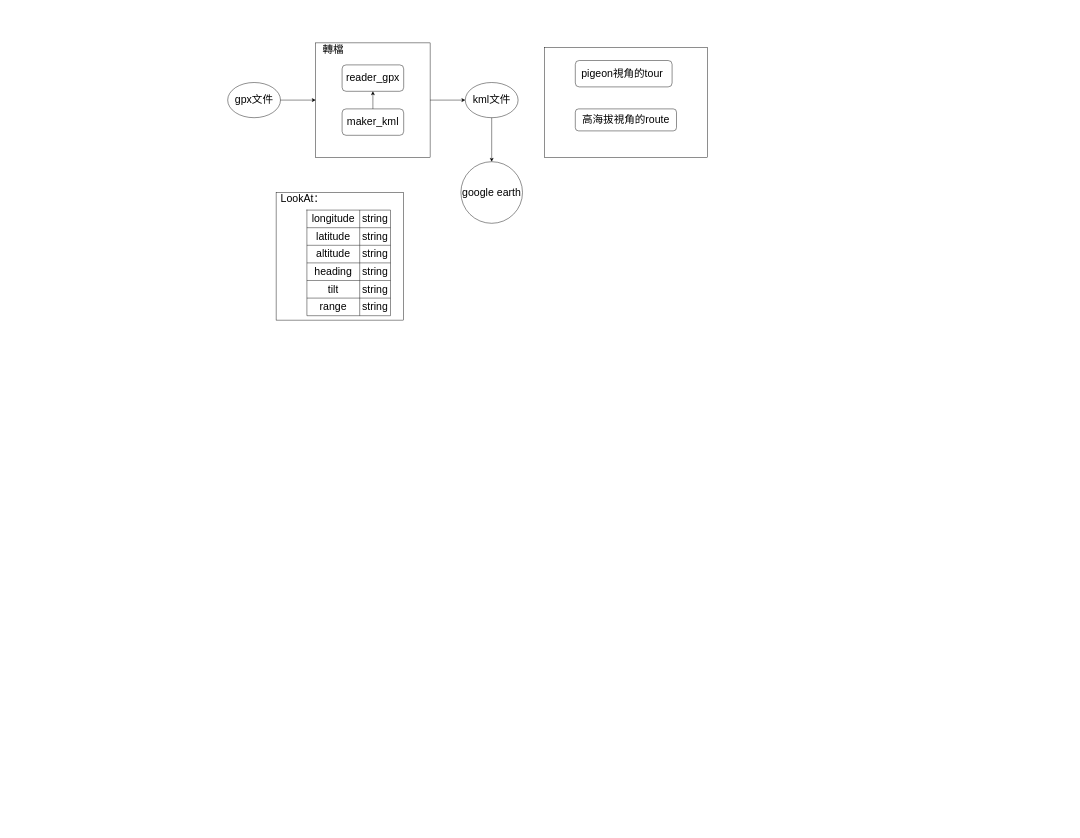
Earlier version of the draw.io diagram 3d展示.drawio (pengzhen80/PigeonRace). Source tidied: cells renumbered, new cells numbered last; positions are measured from the earlier drawing's top-left corner, leaving out a move shared by most shapes. Both pictures are drawn from the tidied source at 44%, with x=0, y=0 at pixel (227, 43).
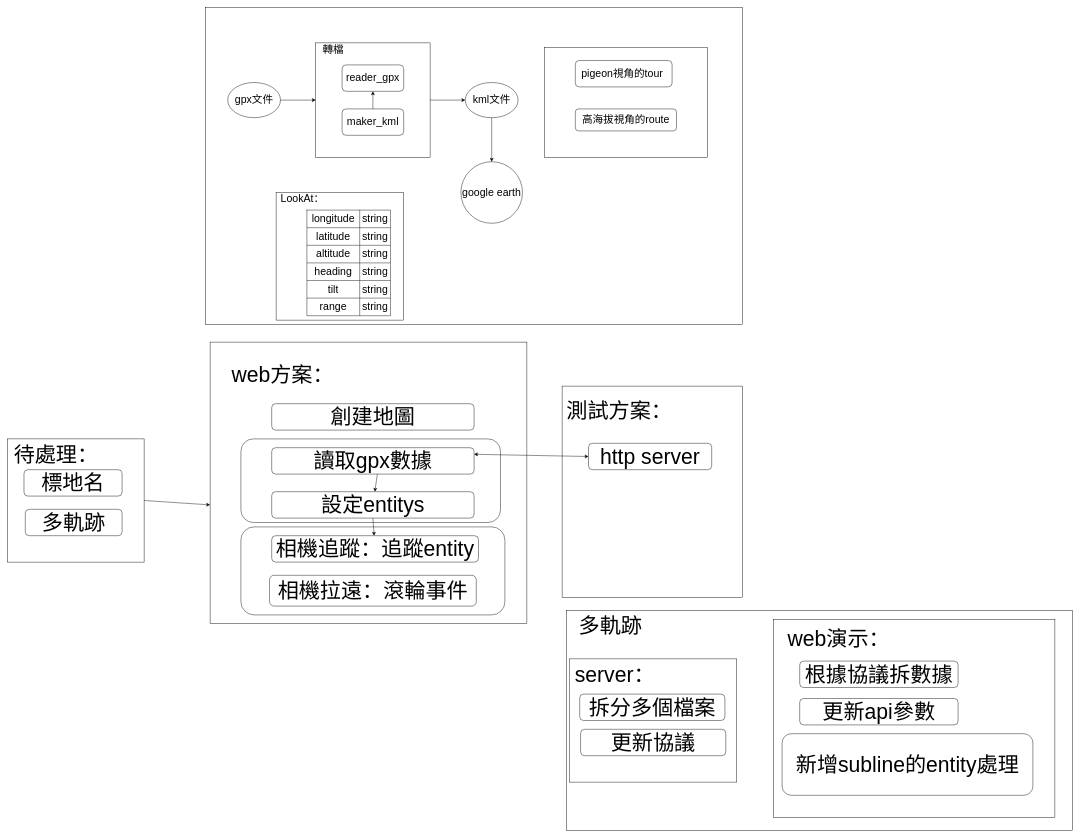
After the change.

What changed in the source:
```diff
@@
+    <mxCell id="37" style="rounded=0;whiteSpace=wrap;html=1;fontSize=48;" parent="1" vertex="1">
+      <mxGeometry x="770" y="1290" width="1150" height="500" as="geometry" />
+    </mxCell>
+    <mxCell id="38" style="rounded=0;whiteSpace=wrap;html=1;fontSize=48;" parent="1" vertex="1">
+      <mxGeometry x="777" y="1400" width="380" height="280" as="geometry" />
+    </mxCell>
+    <mxCell id="39" style="rounded=0;whiteSpace=wrap;html=1;fontSize=48;" parent="1" vertex="1">
+      <mxGeometry x="-500" y="900" width="310" height="280" as="geometry" />
+    </mxCell>
+    <mxCell id="40" style="rounded=0;whiteSpace=wrap;html=1;" parent="1" vertex="1">
+      <mxGeometry x="-40" y="680" width="720" height="640" as="geometry" />
+    </mxCell>
+    <mxCell id="41" style="rounded=1;whiteSpace=wrap;html=1;fontSize=48;" parent="1" vertex="1">
+      <mxGeometry x="30" y="900" width="590" height="190" as="geometry" />
+    </mxCell>
+    <mxCell id="42" style="rounded=1;whiteSpace=wrap;html=1;fontSize=48;" parent="1" vertex="1">
+      <mxGeometry x="30" y="1100" width="600" height="200" as="geometry" />
+    </mxCell>
+    <mxCell id="43" style="rounded=0;whiteSpace=wrap;html=1;" parent="1" vertex="1">
+      <mxGeometry x="-50" y="-80" width="1220" height="720" as="geometry" />
+    </mxCell>
@@
+    <mxCell id="44" value="&lt;font style=&quot;font-size: 48px&quot;&gt;web方案：&lt;br&gt;&lt;/font&gt;" style="text;html=1;strokeColor=none;fillColor=none;align=center;verticalAlign=middle;whiteSpace=wrap;rounded=0;" parent="1" vertex="1">
+      <mxGeometry y="740" width="250" height="30" as="geometry" />
+    </mxCell>
+    <mxCell id="45" value="創建地圖" style="rounded=1;whiteSpace=wrap;html=1;fontSize=48;" parent="1" vertex="1">
+      <mxGeometry x="100" y="820" width="460" height="60" as="geometry" />
+    </mxCell>
+    <mxCell id="46" value="讀取gpx數據" style="rounded=1;whiteSpace=wrap;html=1;fontSize=48;" parent="1" vertex="1">
+      <mxGeometry x="100" y="920" width="460" height="60" as="geometry" />
+    </mxCell>
+    <mxCell id="47" value="設定entitys" style="rounded=1;whiteSpace=wrap;html=1;fontSize=48;" parent="1" vertex="1">
+      <mxGeometry x="100" y="1020" width="460" height="60" as="geometry" />
+    </mxCell>
+    <mxCell id="48" value="相機拉遠：滾輪事件" style="rounded=1;whiteSpace=wrap;html=1;fontSize=48;" parent="1" vertex="1">
+      <mxGeometry x="95" y="1210" width="470" height="70" as="geometry" />
+    </mxCell>
+    <mxCell id="49" value="相機追蹤：追蹤entity" style="rounded=1;whiteSpace=wrap;html=1;fontSize=48;" parent="1" vertex="1">
+      <mxGeometry x="100" y="1120" width="470" height="60" as="geometry" />
+    </mxCell>
+    <mxCell id="50" style="endArrow=classic;html=1;rounded=0;fontSize=48;exitX=0.522;exitY=1;exitDx=0;exitDy=0;exitPerimeter=0;" parent="1" edge="1" source="46" target="47">
+      <mxGeometry relative="1" as="geometry" />
+    </mxCell>
+    <mxCell id="51" style="endArrow=classic;html=1;rounded=0;fontSize=48;exitX=0.5;exitY=1;exitDx=0;exitDy=0;" parent="1" edge="1" source="47" target="49">
+      <mxGeometry relative="1" as="geometry" />
+    </mxCell>
+    <mxCell id="52" style="rounded=0;whiteSpace=wrap;html=1;fontSize=48;" parent="1" vertex="1">
+      <mxGeometry x="760" y="780" width="410" height="480" as="geometry" />
+    </mxCell>
+    <mxCell id="53" value="測試方案：" style="text;html=1;strokeColor=none;fillColor=none;align=center;verticalAlign=middle;whiteSpace=wrap;rounded=0;fontSize=48;" parent="1" vertex="1">
+      <mxGeometry x="760" y="820" width="260" height="30" as="geometry" />
+    </mxCell>
+    <mxCell id="54" value="http server" style="rounded=1;whiteSpace=wrap;html=1;fontSize=48;" parent="1" vertex="1">
+      <mxGeometry x="820" y="910" width="280" height="60" as="geometry" />
+    </mxCell>
+    <mxCell id="55" style="endArrow=classic;startArrow=classic;html=1;rounded=0;fontSize=48;exitX=1;exitY=0.25;exitDx=0;exitDy=0;entryX=0;entryY=0.5;entryDx=0;entryDy=0;" parent="1" edge="1" source="46" target="54">
+      <mxGeometry relative="1" as="geometry" />
+    </mxCell>
+    <mxCell id="56" value="標地名" style="rounded=1;whiteSpace=wrap;html=1;fontSize=48;" parent="1" vertex="1">
+      <mxGeometry x="-463" y="970" width="223" height="60" as="geometry" />
+    </mxCell>
+    <mxCell id="57" value="待處理：" style="text;html=1;strokeColor=none;fillColor=none;align=center;verticalAlign=middle;whiteSpace=wrap;rounded=0;fontSize=48;" parent="1" vertex="1">
+      <mxGeometry x="-500" y="920" width="220" height="30" as="geometry" />
+    </mxCell>
+    <mxCell id="58" value="多軌跡" style="rounded=1;whiteSpace=wrap;html=1;fontSize=48;" parent="1" vertex="1">
+      <mxGeometry x="-460" y="1060" width="220" height="60" as="geometry" />
+    </mxCell>
+    <mxCell id="59" style="endArrow=classic;html=1;rounded=0;fontSize=48;exitX=1;exitY=0.5;exitDx=0;exitDy=0;" parent="1" edge="1" source="39">
+      <mxGeometry relative="1" as="geometry">
+        <mxPoint x="-40" y="1050" as="targetPoint" />
+      </mxGeometry>
+    </mxCell>
+    <mxCell id="60" value="多軌跡" style="text;html=1;strokeColor=none;fillColor=none;align=center;verticalAlign=middle;whiteSpace=wrap;rounded=0;fontSize=48;" parent="1" vertex="1">
+      <mxGeometry x="770" y="1310" width="200" height="30" as="geometry" />
+    </mxCell>
+    <mxCell id="61" value="拆分多個檔案" style="rounded=1;whiteSpace=wrap;html=1;fontSize=48;" parent="1" vertex="1">
+      <mxGeometry x="800" y="1480" width="330" height="60" as="geometry" />
+    </mxCell>
+    <mxCell id="62" value="更新協議" style="rounded=1;whiteSpace=wrap;html=1;fontSize=48;" parent="1" vertex="1">
+      <mxGeometry x="802" y="1560" width="330" height="60" as="geometry" />
+    </mxCell>
+    <mxCell id="63" value="server：" style="text;html=1;strokeColor=none;fillColor=none;align=center;verticalAlign=middle;whiteSpace=wrap;rounded=0;fontSize=48;" parent="1" vertex="1">
+      <mxGeometry x="850" y="1420" width="60" height="30" as="geometry" />
+    </mxCell>
+    <mxCell id="64" style="rounded=0;whiteSpace=wrap;html=1;fontSize=48;" parent="1" vertex="1">
+      <mxGeometry x="1240" y="1310" width="640" height="450" as="geometry" />
+    </mxCell>
+    <mxCell id="65" value="web演示：" style="text;html=1;strokeColor=none;fillColor=none;align=center;verticalAlign=middle;whiteSpace=wrap;rounded=0;fontSize=48;" parent="1" vertex="1">
+      <mxGeometry x="1260" y="1340" width="258" height="30" as="geometry" />
+    </mxCell>
+    <mxCell id="66" value="根據協議拆數據" style="rounded=1;whiteSpace=wrap;html=1;fontSize=48;" parent="1" vertex="1">
+      <mxGeometry x="1300" y="1405" width="360" height="60" as="geometry" />
+    </mxCell>
+    <mxCell id="67" value="更新api參數" style="rounded=1;whiteSpace=wrap;html=1;fontSize=48;" parent="1" vertex="1">
+      <mxGeometry x="1300" y="1490" width="360" height="60" as="geometry" />
+    </mxCell>
+    <mxCell id="68" value="新增subline的entity處理" style="rounded=1;whiteSpace=wrap;html=1;fontSize=48;" parent="1" vertex="1">
+      <mxGeometry x="1260" y="1570" width="570" height="140" as="geometry" />
+    </mxCell>
```
